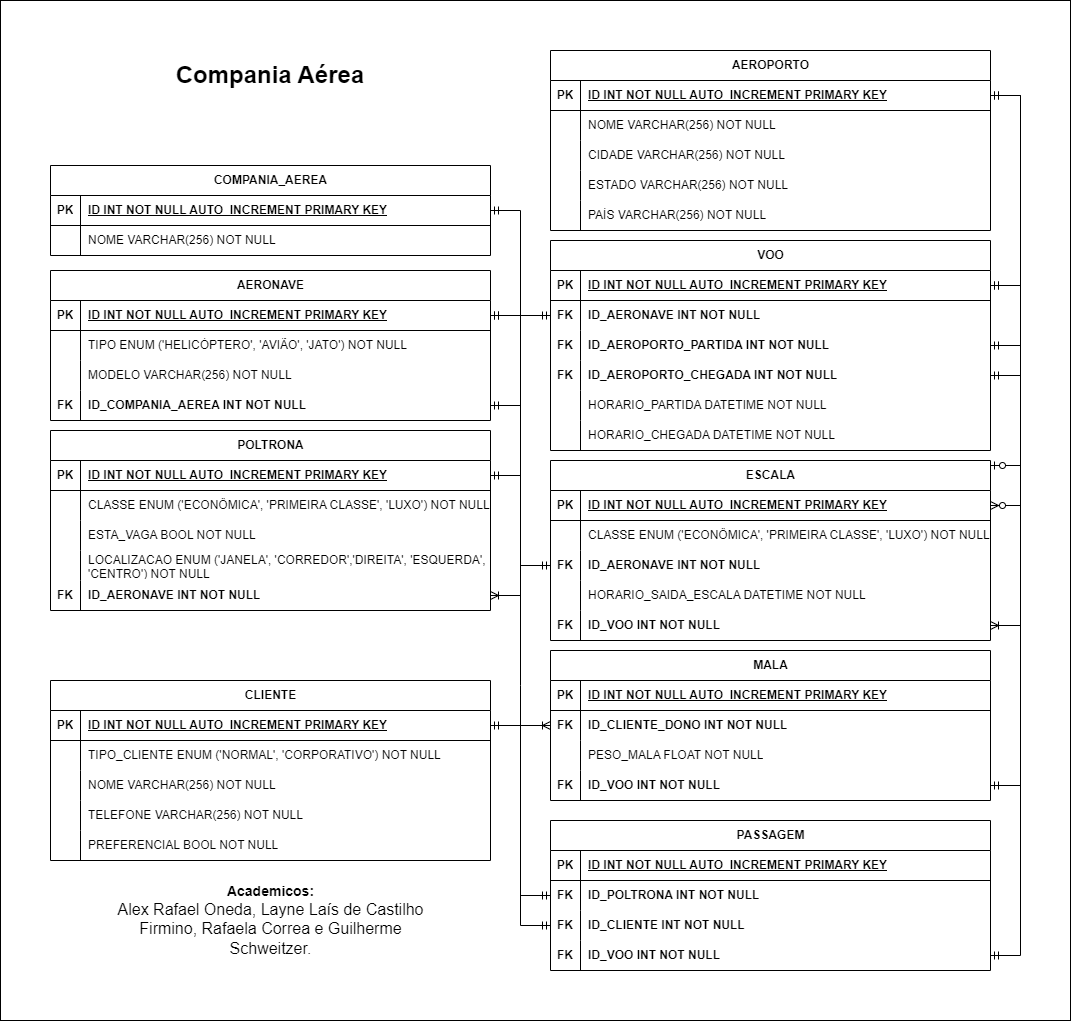
0neda/BD24-01 keeps this draw.io diagram as Sistema Aviação/ER-CompaniaAérea.png. Above is the earlier version. Source tidied: cells renumbered, new cells last; positions are measured from the earlier drawing's top-left corner, leaving out a move shared by most shapes.
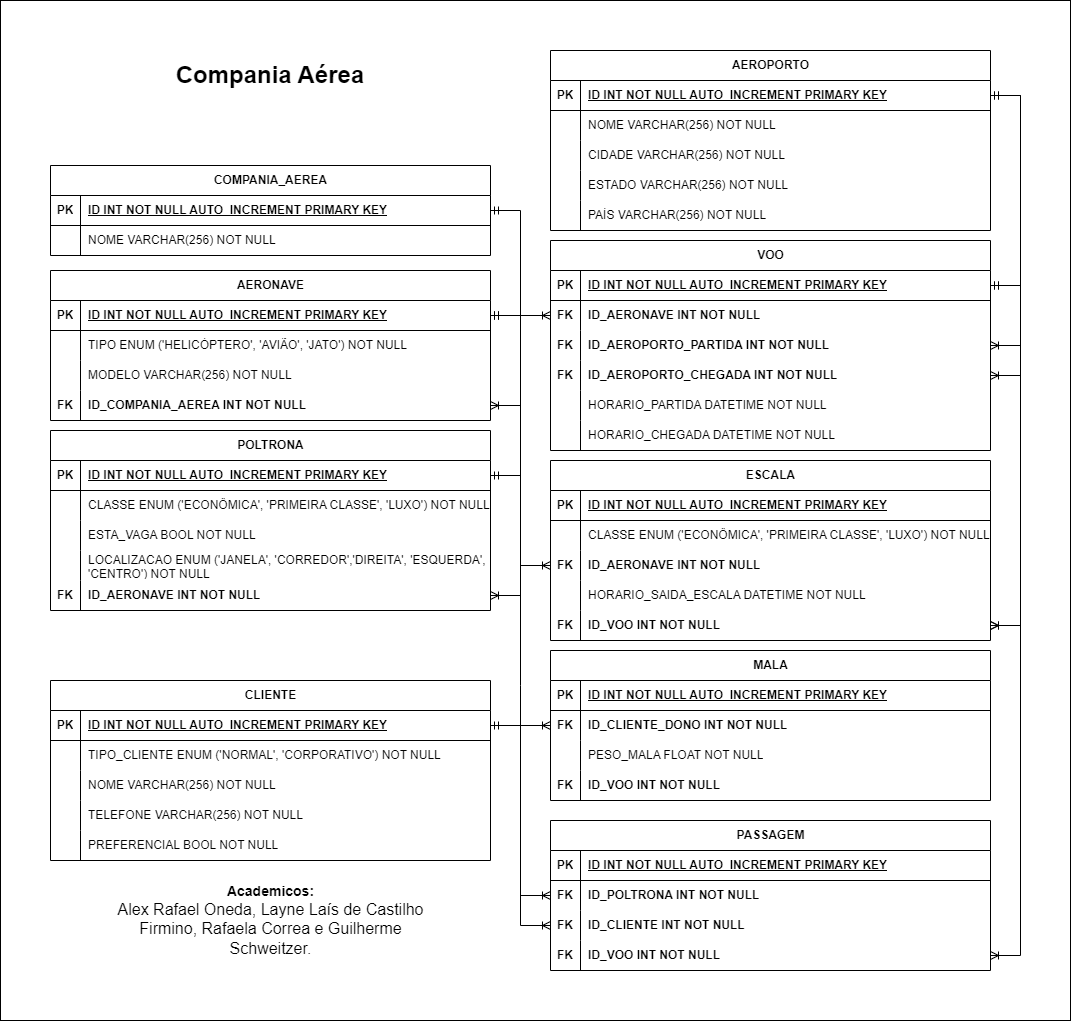
After the change.

Diff of the diagram source:
```diff
@@ -392,52 +392,55 @@
     <mxCell id="131" value="ID_VOO INT NOT NULL" style="shape=partialRectangle;fillColor=none;top=0;left=0;bottom=0;right=0;align=left;spacingLeft=6;overflow=hidden;whiteSpace=wrap;html=1;fontStyle=1;" parent="129" vertex="1">
       <mxGeometry x="30" width="410" height="30" as="geometry" />
     </mxCell>
-    <mxCell id="132" style="edgeStyle=entityRelationEdgeStyle;fontSize=12;html=1;endArrow=ERmandOne;startArrow=ERmandOne;rounded=0;" parent="1" edge="1" source="20" target="4">
-      <mxGeometry relative="1" as="geometry" />
-    </mxCell>
+    <mxCell id="139" style="edgeStyle=entityRelationEdgeStyle;fontSize=12;html=1;endArrow=ERoneToMany;rounded=0;" parent="1" edge="1" source="91" target="110">
+      <mxGeometry relative="1" as="geometry" />
+    </mxCell>
+    <mxCell id="144" value="&lt;b&gt;&lt;font style=&quot;font-size: 24px;&quot;&gt;Compania Aérea&lt;/font&gt;&lt;/b&gt;" style="text;html=1;align=center;verticalAlign=middle;whiteSpace=wrap;rounded=0;" parent="1" vertex="1">
+      <mxGeometry x="125" y="60" width="290" height="30" as="geometry" />
+    </mxCell>
+    <mxCell id="145" value="&lt;b&gt;&lt;font style=&quot;font-size: 14px;&quot;&gt;Academicos:&lt;/font&gt;&lt;/b&gt;&lt;div&gt;&lt;font size=&quot;3&quot;&gt;Alex Rafael Oneda, Layne Laís de Castilho Firmino, Rafaela Correa e Guilherme Schweitzer.&lt;/font&gt;&lt;/div&gt;" style="text;html=1;align=center;verticalAlign=middle;whiteSpace=wrap;rounded=0;" parent="1" vertex="1">
+      <mxGeometry x="98.8" y="880" width="342.5" height="80" as="geometry" />
+    </mxCell>
+    <mxCell id="146" style="edgeStyle=entityRelationEdgeStyle;fontSize=12;html=1;endArrow=ERoneToMany;rounded=0;entryX=1;entryY=0.5;entryDx=0;entryDy=0;" parent="1" edge="1" source="72" target="68">
+      <mxGeometry relative="1" as="geometry" />
+    </mxCell>
+    <mxCell id="147" style="edgeStyle=entityRelationEdgeStyle;fontSize=12;html=1;endArrow=ERoneToMany;startArrow=ERmandOne;rounded=0;" parent="1" edge="1" source="4" target="20">
+      <mxGeometry relative="1" as="geometry" />
+    </mxCell>
-    <mxCell id="133" style="edgeStyle=entityRelationEdgeStyle;fontSize=12;html=1;endArrow=ERoneToMany;rounded=0;" parent="1" edge="1" source="11" target="36">
+    <mxCell id="133" style="edgeStyle=entityRelationEdgeStyle;fontSize=12;html=1;endArrow=ERoneToMany;startArrow=ERmandOne;rounded=0;" parent="1" edge="1" source="11" target="36">
       <mxGeometry relative="1" as="geometry" />
     </mxCell>
-    <mxCell id="134" style="edgeStyle=entityRelationEdgeStyle;fontSize=12;html=1;endArrow=ERmandOne;startArrow=ERmandOne;rounded=0;" parent="1" edge="1" source="11" target="75">
-      <mxGeometry relative="1" as="geometry" />
-    </mxCell>
-    <mxCell id="135" style="edgeStyle=entityRelationEdgeStyle;fontSize=12;html=1;endArrow=ERmandOne;startArrow=ERmandOne;rounded=0;" parent="1" edge="1" source="78" target="40">
-      <mxGeometry relative="1" as="geometry" />
-    </mxCell>
-    <mxCell id="136" style="edgeStyle=entityRelationEdgeStyle;fontSize=12;html=1;endArrow=ERmandOne;startArrow=ERmandOne;rounded=0;" parent="1" edge="1" source="81" target="40">
-      <mxGeometry relative="1" as="geometry" />
-    </mxCell>
-    <mxCell id="137" style="edgeStyle=entityRelationEdgeStyle;fontSize=12;html=1;endArrow=ERzeroToMany;startArrow=ERzeroToOne;rounded=0;" parent="1" edge="1" target="56">
-      <mxGeometry relative="1" as="geometry">
-        <mxPoint x="990" y="465" as="sourcePoint" />
-      </mxGeometry>
-    </mxCell>
-    <mxCell id="138" style="edgeStyle=entityRelationEdgeStyle;fontSize=12;html=1;endArrow=ERmandOne;startArrow=ERmandOne;rounded=0;" parent="1" edge="1" source="11" target="62">
-      <mxGeometry relative="1" as="geometry" />
-    </mxCell>
-    <mxCell id="139" style="edgeStyle=entityRelationEdgeStyle;fontSize=12;html=1;endArrow=ERoneToMany;rounded=0;" parent="1" edge="1" source="91" target="110">
-      <mxGeometry relative="1" as="geometry" />
-    </mxCell>
-    <mxCell id="140" style="edgeStyle=entityRelationEdgeStyle;fontSize=12;html=1;endArrow=ERmandOne;startArrow=ERmandOne;rounded=0;" parent="1" edge="1" source="72" target="116">
-      <mxGeometry relative="1" as="geometry" />
-    </mxCell>
-    <mxCell id="141" style="edgeStyle=entityRelationEdgeStyle;fontSize=12;html=1;endArrow=ERmandOne;startArrow=ERmandOne;rounded=0;" parent="1" edge="1" source="24" target="123">
+    <mxCell id="141" style="edgeStyle=entityRelationEdgeStyle;fontSize=12;html=1;endArrow=ERoneToMany;startArrow=ERmandOne;rounded=0;" parent="1" edge="1" source="24" target="123">
       <mxGeometry relative="1" as="geometry" />
     </mxCell>
-    <mxCell id="142" style="edgeStyle=entityRelationEdgeStyle;fontSize=12;html=1;endArrow=ERmandOne;startArrow=ERmandOne;rounded=0;" parent="1" edge="1" source="91" target="126">
+    <mxCell id="142" style="edgeStyle=entityRelationEdgeStyle;fontSize=12;html=1;endArrow=ERoneToMany;startArrow=ERmandOne;rounded=0;" parent="1" edge="1" source="91" target="126">
       <mxGeometry relative="1" as="geometry" />
     </mxCell>
-    <mxCell id="143" style="edgeStyle=entityRelationEdgeStyle;fontSize=12;html=1;endArrow=ERmandOne;startArrow=ERmandOne;rounded=0;" parent="1" edge="1" source="72" target="129">
+    <mxCell id="143" style="edgeStyle=entityRelationEdgeStyle;fontSize=12;html=1;endArrow=ERoneToMany;startArrow=ERmandOne;rounded=0;" parent="1" edge="1" source="72" target="129">
       <mxGeometry relative="1" as="geometry" />
     </mxCell>
-    <mxCell id="144" value="&lt;b&gt;&lt;font style=&quot;font-size: 24px;&quot;&gt;Compania Aérea&lt;/font&gt;&lt;/b&gt;" style="text;html=1;align=center;verticalAlign=middle;whiteSpace=wrap;rounded=0;" parent="1" vertex="1">
-      <mxGeometry x="125" y="60" width="290" height="30" as="geometry" />
-    </mxCell>
-    <mxCell id="145" value="&lt;b&gt;&lt;font style=&quot;font-size: 14px;&quot;&gt;Academicos:&lt;/font&gt;&lt;/b&gt;&lt;div&gt;&lt;font size=&quot;3&quot;&gt;Alex Rafael Oneda, Layne Laís de Castilho Firmino, Rafaela Correa e Guilherme Schweitzer.&lt;/font&gt;&lt;/div&gt;" style="text;html=1;align=center;verticalAlign=middle;whiteSpace=wrap;rounded=0;" parent="1" vertex="1">
-      <mxGeometry x="98.8" y="880" width="342.5" height="80" as="geometry" />
-    </mxCell>
-    <mxCell id="146" style="edgeStyle=entityRelationEdgeStyle;fontSize=12;html=1;endArrow=ERoneToMany;rounded=0;entryX=1;entryY=0.5;entryDx=0;entryDy=0;" parent="1" edge="1" source="72" target="68">
-      <mxGeometry relative="1" as="geometry" />
-    </mxCell>
+    <mxCell id="148" style="edgeStyle=entityRelationEdgeStyle;fontSize=12;html=1;endArrow=ERoneToMany;startArrow=ERmandOne;rounded=0;" parent="1" edge="1" source="72" target="68">
+      <mxGeometry relative="1" as="geometry">
+        <Array as="points">
+          <mxPoint x="1050" y="460" />
+          <mxPoint x="1040" y="470" />
+          <mxPoint x="1050" y="460" />
+          <mxPoint x="1050" y="630" />
+          <mxPoint x="1070" y="450" />
+        </Array>
+      </mxGeometry>
+    </mxCell>
+    <mxCell id="149" style="edgeStyle=entityRelationEdgeStyle;fontSize=12;html=1;endArrow=ERoneToMany;startArrow=ERmandOne;rounded=0;" parent="1" edge="1" source="40" target="78">
+      <mxGeometry relative="1" as="geometry" />
+    </mxCell>
+    <mxCell id="150" style="edgeStyle=entityRelationEdgeStyle;fontSize=12;html=1;endArrow=ERoneToMany;startArrow=ERmandOne;rounded=0;" parent="1" edge="1" source="40" target="81">
+      <mxGeometry relative="1" as="geometry" />
+    </mxCell>
+    <mxCell id="134" style="edgeStyle=entityRelationEdgeStyle;fontSize=12;html=1;endArrow=ERoneToMany;startArrow=ERmandOne;rounded=0;" parent="1" edge="1" source="11" target="75">
+      <mxGeometry relative="1" as="geometry" />
+    </mxCell>
+    <mxCell id="138" style="edgeStyle=entityRelationEdgeStyle;fontSize=12;html=1;endArrow=ERoneToMany;startArrow=ERmandOne;rounded=0;" parent="1" edge="1" source="11" target="62">
+      <mxGeometry relative="1" as="geometry" />
+    </mxCell>
   </root>
 </mxGraphModel>
```
